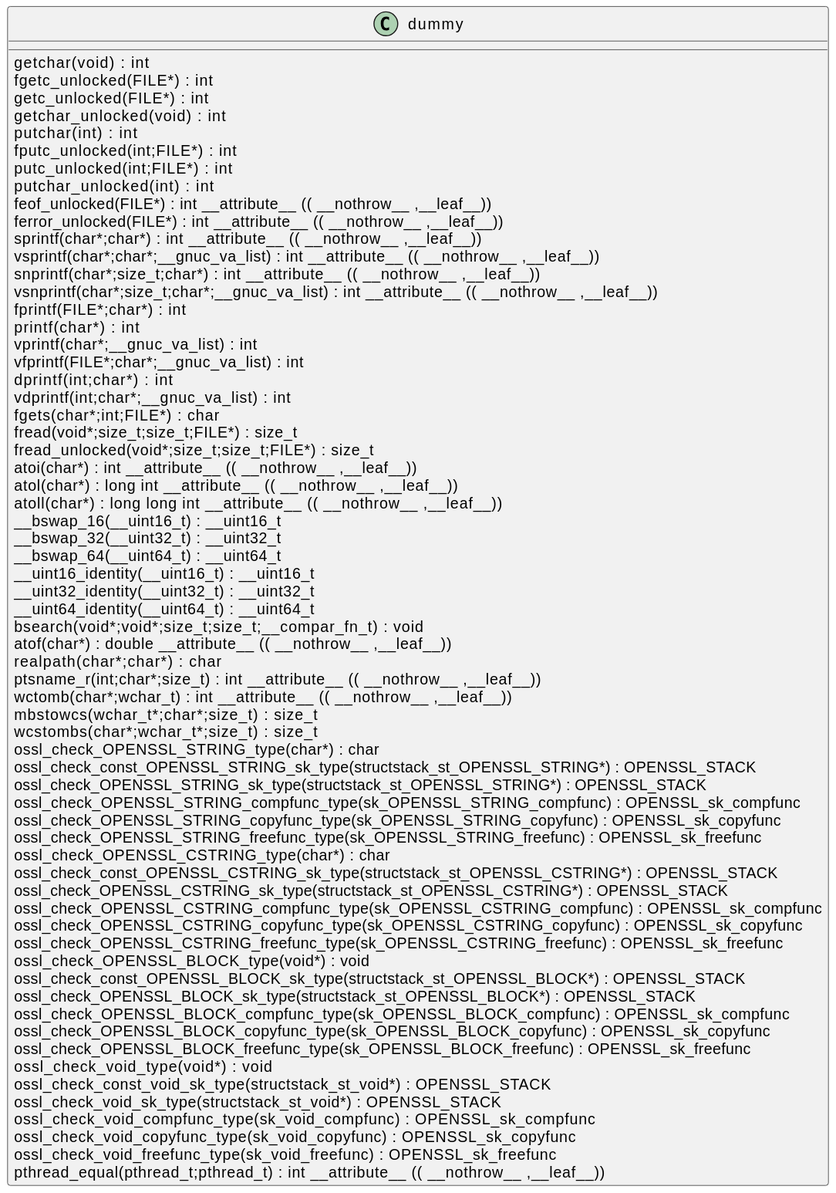
This is docs/qc/crypto/bio/bf_readbuff.c.svg from qualitesys/openssl, a PlantUML export, as it was before one commit.
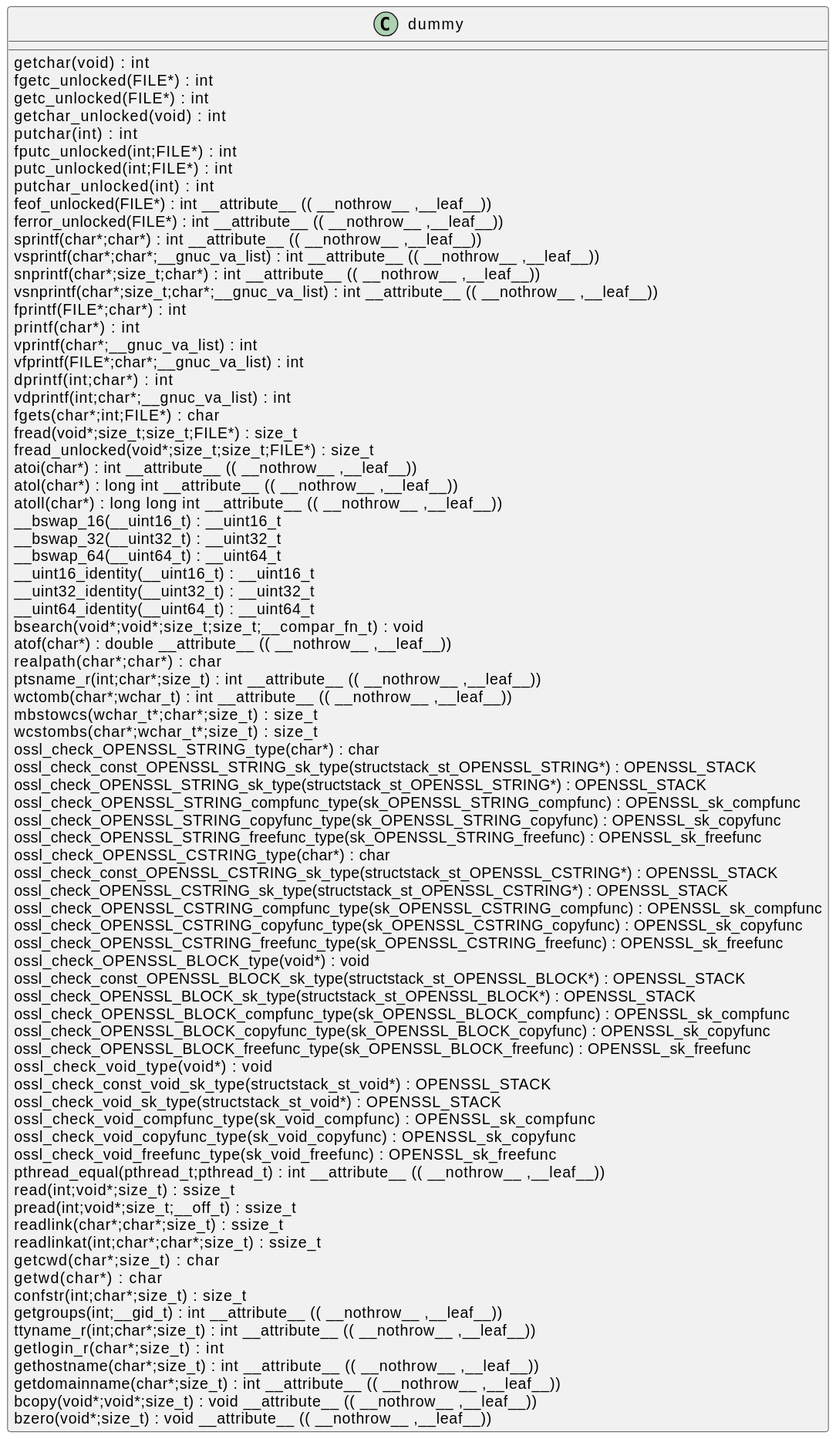
After the change.

The edit, as a diff of the source:
```diff
@@ -65,5 +65,19 @@
 ossl_check_void_copyfunc_type(sk_void_copyfunc) : OPENSSL_sk_copyfunc [[[./../../.././qc/crypto/bio/bf_readbuff.c.html#1]]]
 ossl_check_void_freefunc_type(sk_void_freefunc) : OPENSSL_sk_freefunc [[[./../../.././qc/crypto/bio/bf_readbuff.c.html#1]]]
 pthread_equal(pthread_t;pthread_t) :  int  __attribute__ (( __nothrow__ ,__leaf__)) [[[./../../.././qc/crypto/bio/bf_readbuff.c.html#1]]]
+read(int;void*;size_t) : ssize_t [[[./../../.././qc/crypto/bio/bf_readbuff.c.html#1]]]
+pread(int;void*;size_t;__off_t) : ssize_t [[[./../../.././qc/crypto/bio/bf_readbuff.c.html#1]]]
+readlink(char*;char*;size_t) : ssize_t [[[./../../.././qc/crypto/bio/bf_readbuff.c.html#1]]]
+readlinkat(int;char*;char*;size_t) : ssize_t [[[./../../.././qc/crypto/bio/bf_readbuff.c.html#1]]]
+getcwd(char*;size_t) :  char  [[[./../../.././qc/crypto/bio/bf_readbuff.c.html#1]]]
+getwd(char*) :  char  [[[./../../.././qc/crypto/bio/bf_readbuff.c.html#1]]]
+confstr(int;char*;size_t) : size_t [[[./../../.././qc/crypto/bio/bf_readbuff.c.html#1]]]
+getgroups(int;__gid_t) :  int  __attribute__ (( __nothrow__ ,__leaf__)) [[[./../../.././qc/crypto/bio/bf_readbuff.c.html#1]]]
+ttyname_r(int;char*;size_t) :  int  __attribute__ (( __nothrow__ ,__leaf__)) [[[./../../.././qc/crypto/bio/bf_readbuff.c.html#1]]]
+getlogin_r(char*;size_t) :  int  [[[./../../.././qc/crypto/bio/bf_readbuff.c.html#1]]]
+gethostname(char*;size_t) :  int  __attribute__ (( __nothrow__ ,__leaf__)) [[[./../../.././qc/crypto/bio/bf_readbuff.c.html#1]]]
+getdomainname(char*;size_t) :  int  __attribute__ (( __nothrow__ ,__leaf__)) [[[./../../.././qc/crypto/bio/bf_readbuff.c.html#1]]]
+bcopy(void*;void*;size_t) :  void  __attribute__ (( __nothrow__ ,__leaf__)) [[[./../../.././qc/crypto/bio/bf_readbuff.c.html#1]]]
+bzero(void*;size_t) :  void  __attribute__ (( __nothrow__ ,__leaf__)) [[[./../../.././qc/crypto/bio/bf_readbuff.c.html#1]]]
 }
 @enduml
```
